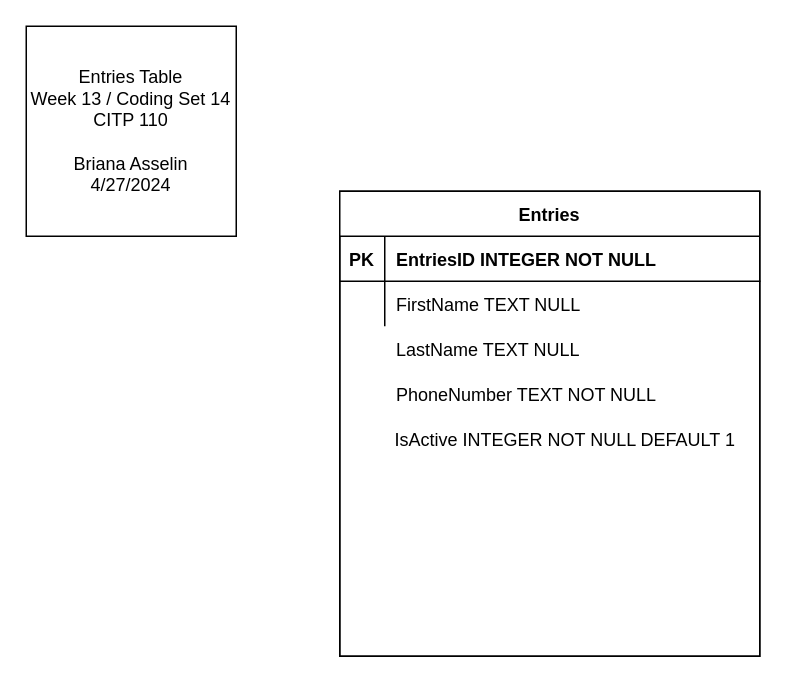
Above: EntityRelationshipDiagram.drawio in basselin2/IntroToPythonLCC (draw.io), before the change. Source tidied: cells renumbered, new cells numbered last; positions are measured from the earlier drawing's top-left corner, leaving out a move shared by most shapes. Both pictures are drawn from the tidied source at 150%, with x=0, y=0 at pixel (26, 26).
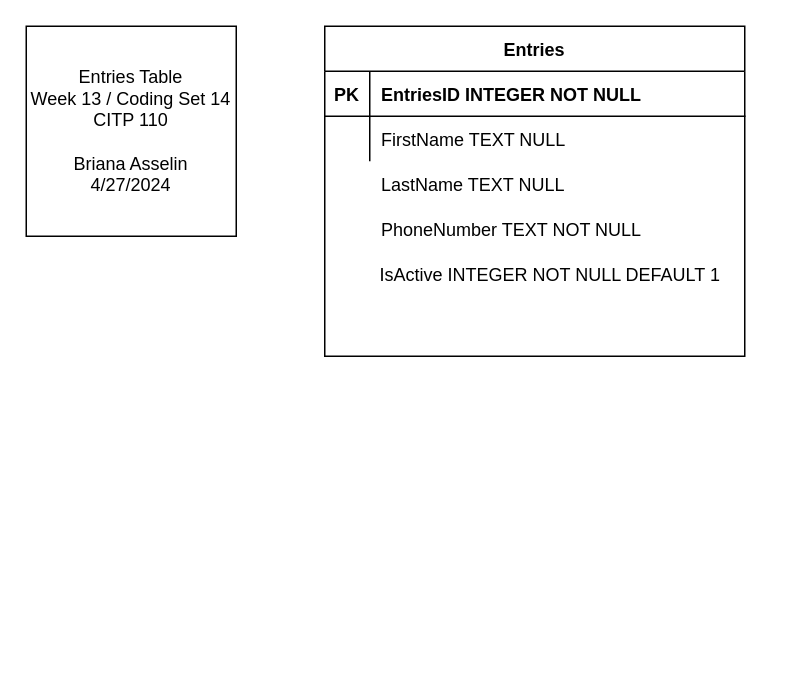
The same page after the edit.

What changed in the source:
```diff
@@
 <mxGraphModel>
   <root>
     <mxCell id="0" />
     <mxCell id="1" parent="0" />
     <mxCell id="2" value="&lt;div&gt;Entries Table&lt;/div&gt;Week 13 / Coding Set 14&lt;div&gt;CITP 110&lt;/div&gt;&lt;div&gt;&lt;br&gt;&lt;/div&gt;&lt;div&gt;Briana Asselin&lt;/div&gt;&lt;div&gt;4/27/2024&lt;/div&gt;" style="rounded=0;whiteSpace=wrap;html=1;" parent="1" vertex="1">
       <mxGeometry width="140" height="140" as="geometry" />
     </mxCell>
-    <mxCell id="3" style="group;strokeColor=default;" parent="1" vertex="1">
-      <mxGeometry x="209" y="110" width="280" height="310" as="geometry" />
+    <mxCell id="3" style="group;" parent="1" vertex="1">
+      <mxGeometry x="199" width="280" height="310" as="geometry" />
     </mxCell>
     <mxCell id="4" value="Entries" style="shape=table;startSize=30;childLayout=tableLayout;rowLines=0;fontStyle=1;align=center;" parent="3" vertex="1">
-      <mxGeometry width="280" height="310" as="geometry" />
+      <mxGeometry width="280" height="220" as="geometry" />
     </mxCell>
     <mxCell id="5" style="shape=partialRectangle;fillColor=none;top=0;left=0;right=0;bottom=1;" parent="4" vertex="1">
       <mxGeometry y="30" width="280" height="30" as="geometry" />
     </mxCell>
     <mxCell id="6" value="PK" style="shape=partialRectangle;overflow=hidden;fillColor=none;top=0;left=0;bottom=0;right=0;fontStyle=1;" parent="5" vertex="1">
       <mxGeometry width="30" height="30" as="geometry" />
     </mxCell>
     <mxCell id="7" value="EntriesID INTEGER NOT NULL " style="shape=partialRectangle;overflow=hidden;fillColor=none;top=0;left=0;bottom=0;right=0;align=left;spacingLeft=6;fontStyle=1;" parent="5" vertex="1">
       <mxGeometry x="30" width="250" height="30" as="geometry" />
     </mxCell>
     <mxCell id="8" style="shape=partialRectangle;fillColor=none;top=0;left=0;right=0;bottom=0;" parent="4" vertex="1">
       <mxGeometry y="60" width="280" height="30" as="geometry" />
     </mxCell>
     <mxCell id="9" style="shape=partialRectangle;overflow=hidden;fillColor=none;top=0;left=0;bottom=0;right=0;" parent="8" vertex="1">
       <mxGeometry width="30" height="30" as="geometry" />
     </mxCell>
     <mxCell id="10" value="FirstName TEXT NULL" style="shape=partialRectangle;overflow=hidden;fillColor=none;top=0;left=0;bottom=0;right=0;align=left;spacingLeft=6;" parent="8" vertex="1">
       <mxGeometry x="30" width="250" height="30" as="geometry" />
     </mxCell>
     <mxCell id="11" style="shape=partialRectangle;fillColor=none;top=0;left=0;right=0;bottom=0;" parent="3" vertex="1">
       <mxGeometry y="90" width="250" height="30" as="geometry" />
     </mxCell>
     <mxCell id="12" style="shape=partialRectangle;overflow=hidden;fillColor=none;top=0;left=0;bottom=0;right=0;" parent="11" vertex="1">
       <mxGeometry width="30" height="30" as="geometry" />
     </mxCell>
     <mxCell id="13" value="LastName TEXT NULL" style="shape=partialRectangle;overflow=hidden;fillColor=none;top=0;left=0;bottom=0;right=0;align=left;spacingLeft=6;" parent="11" vertex="1">
       <mxGeometry x="30" width="220" height="30" as="geometry" />
     </mxCell>
     <mxCell id="14" style="shape=partialRectangle;fillColor=none;top=0;left=0;right=0;bottom=0;" parent="3" vertex="1">
       <mxGeometry y="120" width="250" height="30" as="geometry" />
     </mxCell>
     <mxCell id="15" style="shape=partialRectangle;overflow=hidden;fillColor=none;top=0;left=0;bottom=0;right=0;" parent="14" vertex="1">
       <mxGeometry width="30" height="30" as="geometry" />
     </mxCell>
     <mxCell id="16" value="PhoneNumber TEXT NOT NULL" style="shape=partialRectangle;overflow=hidden;fillColor=none;top=0;left=0;bottom=0;right=0;align=left;spacingLeft=6;" parent="14" vertex="1">
       <mxGeometry x="30" width="220" height="30" as="geometry" />
     </mxCell>
     <mxCell id="17" style="shape=partialRectangle;fillColor=none;top=0;left=0;right=0;bottom=0;" parent="3" vertex="1">
       <mxGeometry y="150" width="280" height="30" as="geometry" />
     </mxCell>
     <mxCell id="18" style="shape=partialRectangle;overflow=hidden;fillColor=none;top=0;left=0;bottom=0;right=0;" parent="17" vertex="1">
       <mxGeometry width="29" height="30" as="geometry" />
     </mxCell>
     <mxCell id="19" value="IsActive INTEGER NOT NULL DEFAULT 1" style="shape=partialRectangle;overflow=hidden;fillColor=none;top=0;left=0;bottom=0;right=0;align=left;spacingLeft=6;" parent="17" vertex="1">
       <mxGeometry x="29" width="251" height="30" as="geometry" />
     </mxCell>
   </root>
 </mxGraphModel>
```
